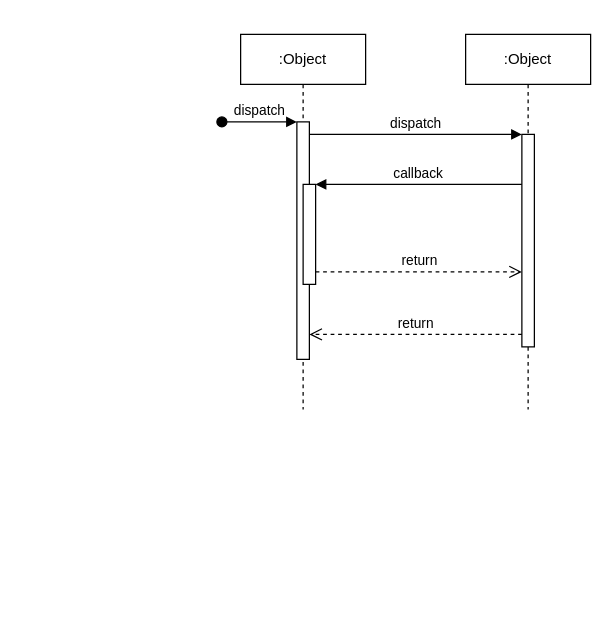
Above: Diagrama de Secuencia.drawio in AceDen97/SD (draw.io), before the change. Source tidied: cells renumbered, new cells numbered last; positions are measured from the earlier drawing's top-left corner, leaving out a move shared by most shapes. Both pictures are drawn from the tidied source at 125%, with x=0, y=0 at pixel (221, 34).
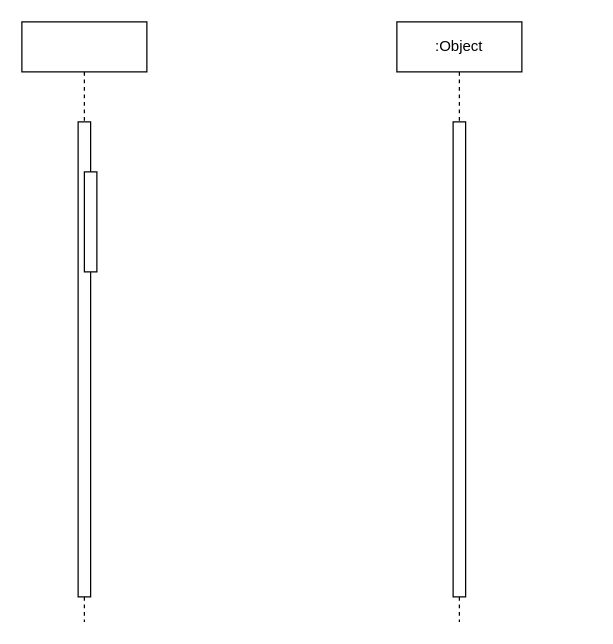
The same page after the edit.

The edit, as a diff of the source:
```diff
@@
 <mxGraphModel>
   <root>
     <mxCell id="0" />
     <mxCell id="1" parent="0" />
-    <mxCell id="2" value=":Object" style="shape=umlLifeline;perimeter=lifelinePerimeter;whiteSpace=wrap;html=1;newEdgeStyle={&quot;edgeStyle&quot;:&quot;elbowEdgeStyle&quot;,&quot;elbow&quot;:&quot;vertical&quot;,&quot;curved&quot;:0,&quot;rounded&quot;:0};" parent="1" vertex="1">
-      <mxGeometry x="15" width="100" height="300" as="geometry" />
+    <mxCell id="2" style="shape=umlLifeline;perimeter=lifelinePerimeter;whiteSpace=wrap;html=1;newEdgeStyle={&quot;edgeStyle&quot;:&quot;elbowEdgeStyle&quot;,&quot;elbow&quot;:&quot;vertical&quot;,&quot;curved&quot;:0,&quot;rounded&quot;:0};" parent="1" vertex="1">
+      <mxGeometry x="-160" y="-10" width="100" height="480" as="geometry" />
     </mxCell>
     <mxCell id="3" style="html=1;points=[];perimeter=orthogonalPerimeter;outlineConnect=0;targetShapes=umlLifeline;portConstraint=eastwest;newEdgeStyle={&quot;edgeStyle&quot;:&quot;elbowEdgeStyle&quot;,&quot;elbow&quot;:&quot;vertical&quot;,&quot;curved&quot;:0,&quot;rounded&quot;:0};" parent="2" vertex="1">
-      <mxGeometry x="45" y="70" width="10" height="190" as="geometry" />
+      <mxGeometry x="45" y="80" width="10" height="380" as="geometry" />
     </mxCell>
-    <mxCell id="4" value="dispatch" style="html=1;verticalAlign=bottom;startArrow=oval;endArrow=block;startSize=8;edgeStyle=elbowEdgeStyle;elbow=vertical;curved=0;rounded=0;" parent="2" edge="1" target="3">
-      <mxGeometry relative="1" as="geometry">
-        <mxPoint x="-15" y="70" as="sourcePoint" />
-      </mxGeometry>
-    </mxCell>
     <mxCell id="5" style="html=1;points=[];perimeter=orthogonalPerimeter;outlineConnect=0;targetShapes=umlLifeline;portConstraint=eastwest;newEdgeStyle={&quot;edgeStyle&quot;:&quot;elbowEdgeStyle&quot;,&quot;elbow&quot;:&quot;vertical&quot;,&quot;curved&quot;:0,&quot;rounded&quot;:0};" parent="2" vertex="1">
       <mxGeometry x="50" y="120" width="10" height="80" as="geometry" />
     </mxCell>
     <mxCell id="6" value=":Object" style="shape=umlLifeline;perimeter=lifelinePerimeter;whiteSpace=wrap;html=1;newEdgeStyle={&quot;edgeStyle&quot;:&quot;elbowEdgeStyle&quot;,&quot;elbow&quot;:&quot;vertical&quot;,&quot;curved&quot;:0,&quot;rounded&quot;:0};" parent="1" vertex="1">
-      <mxGeometry x="195" width="100" height="300" as="geometry" />
+      <mxGeometry x="140" y="-10" width="100" height="480" as="geometry" />
     </mxCell>
     <mxCell id="7" style="html=1;points=[];perimeter=orthogonalPerimeter;outlineConnect=0;targetShapes=umlLifeline;portConstraint=eastwest;newEdgeStyle={&quot;edgeStyle&quot;:&quot;elbowEdgeStyle&quot;,&quot;elbow&quot;:&quot;vertical&quot;,&quot;curved&quot;:0,&quot;rounded&quot;:0};" parent="6" vertex="1">
-      <mxGeometry x="45" y="80" width="10" height="170" as="geometry" />
+      <mxGeometry x="45" y="80" width="10" height="380" as="geometry" />
     </mxCell>
-    <mxCell id="8" value="dispatch" style="html=1;verticalAlign=bottom;endArrow=block;edgeStyle=elbowEdgeStyle;elbow=vertical;curved=0;rounded=0;" parent="1" edge="1" source="3" target="7">
-      <mxGeometry relative="1" as="geometry">
-        <Array as="points">
-          <mxPoint x="155" y="80" />
-        </Array>
-      </mxGeometry>
-    </mxCell>
-    <mxCell id="9" value="return" style="html=1;verticalAlign=bottom;endArrow=open;dashed=1;endSize=8;edgeStyle=elbowEdgeStyle;elbow=vertical;curved=0;rounded=0;" parent="1" edge="1" source="7" target="3">
-      <mxGeometry relative="1" as="geometry">
-        <Array as="points">
-          <mxPoint x="165" y="240" />
-        </Array>
-      </mxGeometry>
-    </mxCell>
-    <mxCell id="10" value="callback" style="html=1;verticalAlign=bottom;endArrow=block;edgeStyle=elbowEdgeStyle;elbow=vertical;curved=0;rounded=0;" parent="1" edge="1" source="7" target="5">
-      <mxGeometry relative="1" as="geometry">
-        <Array as="points">
-          <mxPoint x="165" y="120" />
-        </Array>
-      </mxGeometry>
-    </mxCell>
-    <mxCell id="11" value="return" style="html=1;verticalAlign=bottom;endArrow=open;dashed=1;endSize=8;edgeStyle=elbowEdgeStyle;elbow=vertical;curved=0;rounded=0;" parent="1" edge="1" source="5" target="7">
-      <mxGeometry relative="1" as="geometry">
-        <Array as="points">
-          <mxPoint x="155" y="190" />
-        </Array>
-      </mxGeometry>
-    </mxCell>
   </root>
 </mxGraphModel>
```
